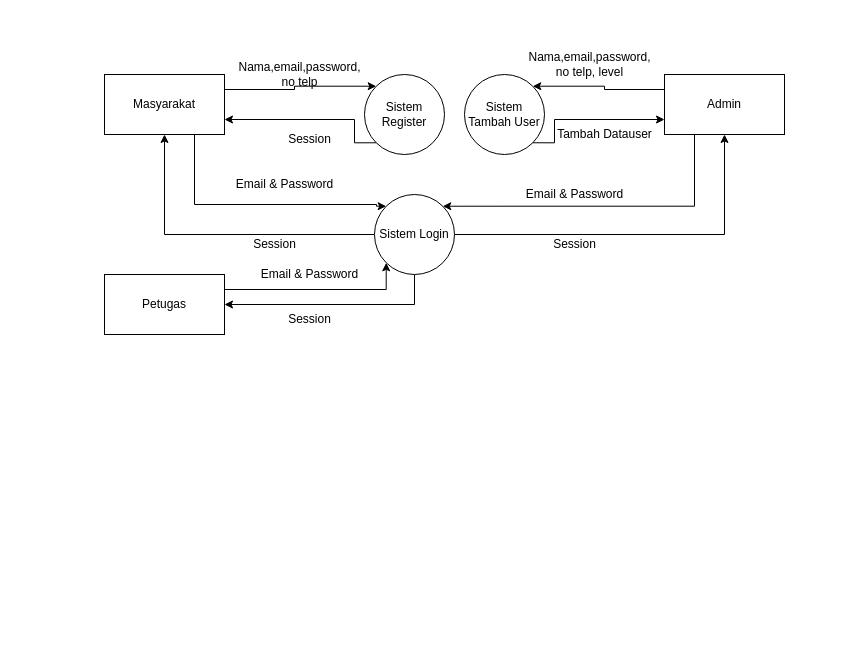
Enricko/UML keeps this draw.io diagram as page "DFD" (6 of 6) of Untitled Diagram.drawio. Above is the earlier version. Source tidied: cells renumbered, new cells numbered last; positions are measured from the earlier drawing's top-left corner, leaving out a move shared by most shapes. Both pictures are drawn from the tidied source at 100%, with x=0, y=0 at pixel (104, 44).
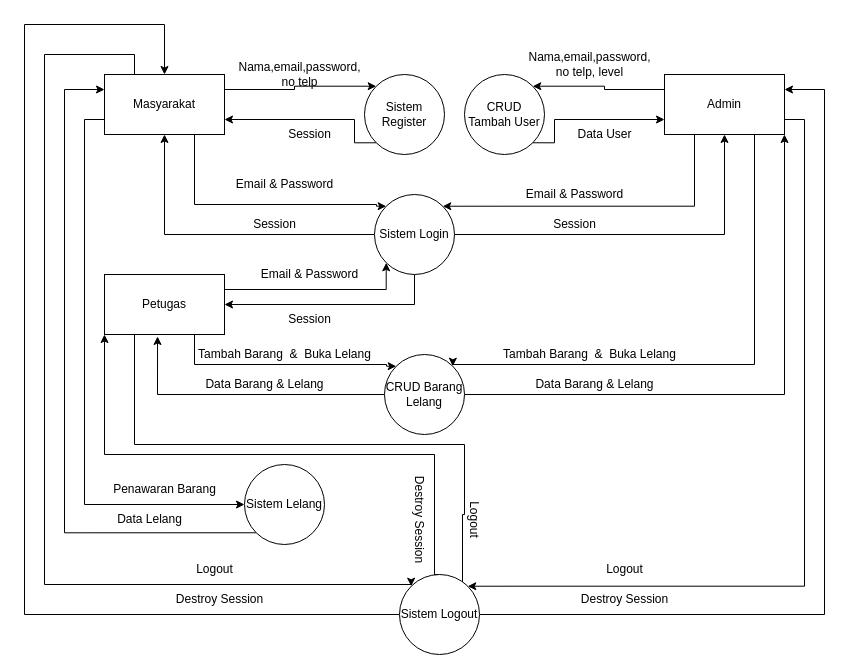
The same diagram, later.

The change refers to these unchanged cells:
```xml
<mxCell id="4" value="Masyarakat" style="rounded=0;whiteSpace=wrap;html=1;" parent="1" vertex="1">
  <mxGeometry y="30" width="120" height="60" as="geometry" />
</mxCell>
<mxCell id="16" value="Petugas" style="rounded=0;whiteSpace=wrap;html=1;" parent="1" vertex="1">
  <mxGeometry y="230" width="120" height="60" as="geometry" />
</mxCell>
<mxCell id="21" value="Admin" style="rounded=0;whiteSpace=wrap;html=1;" parent="1" vertex="1">
  <mxGeometry x="560" y="30" width="120" height="60" as="geometry" />
</mxCell>
```

What changed in the source:
```diff
@@
+    <mxCell id="28" style="edgeStyle=orthogonalEdgeStyle;rounded=0;jettySize=auto;html=1;exitX=0;exitY=0.75;exitDx=0;exitDy=0;entryX=0;entryY=0.5;entryDx=0;entryDy=0;" parent="1" edge="1" source="4" target="42">
+      <mxGeometry relative="1" as="geometry">
+        <Array as="points">
+          <mxPoint x="-20" y="75" />
+          <mxPoint x="-20" y="460" />
+        </Array>
+      </mxGeometry>
+    </mxCell>
+    <mxCell id="29" style="edgeStyle=orthogonalEdgeStyle;rounded=0;jettySize=auto;html=1;exitX=0.25;exitY=0;exitDx=0;exitDy=0;entryX=0;entryY=0;entryDx=0;entryDy=0;" parent="1" edge="1" source="4" target="48">
+      <mxGeometry relative="1" as="geometry">
+        <Array as="points">
+          <mxPoint x="30" y="10" />
+          <mxPoint x="-60" y="10" />
+          <mxPoint x="-60" y="540" />
+          <mxPoint x="307" y="540" />
+        </Array>
+      </mxGeometry>
+    </mxCell>
@@
     <mxCell id="8" value="Session" style="text;html=1;align=center;verticalAlign=middle;strokeColor=none;fillColor=none;" parent="1" vertex="1">
-      <mxGeometry x="170" y="80" width="70" height="30" as="geometry" />
+      <mxGeometry x="170" y="75" width="70" height="30" as="geometry" />
     </mxCell>
@@
     <mxCell id="14" value="Session" style="text;html=1;align=center;verticalAlign=middle;strokeColor=none;fillColor=none;" parent="1" vertex="1">
-      <mxGeometry x="135" y="185" width="70" height="30" as="geometry" />
+      <mxGeometry x="135" y="165" width="70" height="30" as="geometry" />
     </mxCell>
@@
+    <mxCell id="30" style="edgeStyle=orthogonalEdgeStyle;rounded=0;jettySize=auto;html=1;exitX=0.75;exitY=1;exitDx=0;exitDy=0;entryX=0;entryY=0;entryDx=0;entryDy=0;" parent="1" edge="1" source="16" target="36">
+      <mxGeometry relative="1" as="geometry">
+        <Array as="points">
+          <mxPoint x="90" y="320" />
+          <mxPoint x="282" y="320" />
+        </Array>
+      </mxGeometry>
+    </mxCell>
+    <mxCell id="31" style="edgeStyle=orthogonalEdgeStyle;rounded=0;jettySize=auto;html=1;exitX=0.25;exitY=1;exitDx=0;exitDy=0;entryX=1;entryY=0;entryDx=0;entryDy=0;" parent="1" edge="1" source="16" target="48">
+      <mxGeometry relative="1" as="geometry">
+        <Array as="points">
+          <mxPoint x="30" y="400" />
+          <mxPoint x="360" y="400" />
+          <mxPoint x="360" y="470" />
+          <mxPoint x="358" y="470" />
+        </Array>
+      </mxGeometry>
+    </mxCell>
@@
+    <mxCell id="32" style="edgeStyle=orthogonalEdgeStyle;rounded=0;jettySize=auto;html=1;exitX=0.75;exitY=1;exitDx=0;exitDy=0;entryX=1;entryY=0;entryDx=0;entryDy=0;" parent="1" edge="1" source="21" target="36">
+      <mxGeometry relative="1" as="geometry">
+        <Array as="points">
+          <mxPoint x="650" y="320" />
+          <mxPoint x="348" y="320" />
+        </Array>
+      </mxGeometry>
+    </mxCell>
+    <mxCell id="33" style="edgeStyle=orthogonalEdgeStyle;rounded=0;jettySize=auto;html=1;exitX=1;exitY=0.75;exitDx=0;exitDy=0;entryX=1;entryY=0;entryDx=0;entryDy=0;" parent="1" edge="1" source="21" target="48">
+      <mxGeometry relative="1" as="geometry">
+        <Array as="points">
+          <mxPoint x="700" y="75" />
+          <mxPoint x="700" y="542" />
+        </Array>
+      </mxGeometry>
+    </mxCell>
@@
-    <mxCell id="23" value="Sistem Tambah User" style="ellipse;whiteSpace=wrap;html=1;" parent="1" vertex="1">
+    <mxCell id="23" value="CRUD Tambah User" style="ellipse;whiteSpace=wrap;html=1;" parent="1" vertex="1">
       <mxGeometry x="360" y="30" width="80" height="80" as="geometry" />
     </mxCell>
@@
-    <mxCell id="25" value="Tambah Datauser" style="text;html=1;align=center;verticalAlign=middle;strokeColor=none;fillColor=none;" parent="1" vertex="1">
-      <mxGeometry x="440" y="75" width="120" height="30" as="geometry" />
+    <mxCell id="25" value="Data User" style="text;html=1;align=center;verticalAlign=middle;strokeColor=none;fillColor=none;" parent="1" vertex="1">
+      <mxGeometry x="460" y="75" width="80" height="30" as="geometry" />
     </mxCell>
@@
     <mxCell id="27" value="Session" style="text;html=1;align=center;verticalAlign=middle;strokeColor=none;fillColor=none;" parent="1" vertex="1">
-      <mxGeometry x="435" y="185" width="70" height="30" as="geometry" />
+      <mxGeometry x="435" y="165" width="70" height="30" as="geometry" />
     </mxCell>
+    <mxCell id="34" style="edgeStyle=orthogonalEdgeStyle;rounded=0;jettySize=auto;html=1;exitX=0;exitY=0.5;exitDx=0;exitDy=0;entryX=0.442;entryY=1.033;entryDx=0;entryDy=0;entryPerimeter=0;" parent="1" edge="1" source="36" target="16">
+      <mxGeometry relative="1" as="geometry" />
+    </mxCell>
+    <mxCell id="35" style="edgeStyle=orthogonalEdgeStyle;rounded=0;jettySize=auto;html=1;exitX=1;exitY=0.5;exitDx=0;exitDy=0;entryX=1;entryY=1;entryDx=0;entryDy=0;" parent="1" edge="1" source="36" target="21">
+      <mxGeometry relative="1" as="geometry" />
+    </mxCell>
+    <mxCell id="36" value="CRUD Barang Lelang" style="ellipse;whiteSpace=wrap;html=1;" parent="1" vertex="1">
+      <mxGeometry x="280" y="310" width="80" height="80" as="geometry" />
+    </mxCell>
+    <mxCell id="37" value="Tambah Barang&amp;nbsp; &amp;amp;&amp;nbsp; Buka Lelang" style="text;html=1;align=center;verticalAlign=middle;strokeColor=none;fillColor=none;" parent="1" vertex="1">
+      <mxGeometry x="80" y="295" width="200" height="30" as="geometry" />
+    </mxCell>
+    <mxCell id="38" value="Data Barang &amp;amp; Lelang" style="text;html=1;align=center;verticalAlign=middle;strokeColor=none;fillColor=none;" parent="1" vertex="1">
+      <mxGeometry x="90" y="325" width="140" height="30" as="geometry" />
+    </mxCell>
+    <mxCell id="39" value="Tambah Barang&amp;nbsp; &amp;amp;&amp;nbsp; Buka Lelang" style="text;html=1;align=center;verticalAlign=middle;strokeColor=none;fillColor=none;" parent="1" vertex="1">
+      <mxGeometry x="385" y="295" width="200" height="30" as="geometry" />
+    </mxCell>
+    <mxCell id="40" value="Data Barang &amp;amp; Lelang" style="text;html=1;align=center;verticalAlign=middle;strokeColor=none;fillColor=none;" parent="1" vertex="1">
+      <mxGeometry x="420" y="325" width="140" height="30" as="geometry" />
+    </mxCell>
+    <mxCell id="41" style="edgeStyle=orthogonalEdgeStyle;rounded=0;jettySize=auto;html=1;entryX=0;entryY=0.25;entryDx=0;entryDy=0;exitX=0;exitY=1;exitDx=0;exitDy=0;" parent="1" edge="1" source="42" target="4">
+      <mxGeometry relative="1" as="geometry">
+        <Array as="points">
+          <mxPoint x="-40" y="488" />
+          <mxPoint x="-40" y="45" />
+        </Array>
+      </mxGeometry>
+    </mxCell>
+    <mxCell id="42" value="Sistem Lelang" style="ellipse;whiteSpace=wrap;html=1;" parent="1" vertex="1">
+      <mxGeometry x="140" y="420" width="80" height="80" as="geometry" />
+    </mxCell>
+    <mxCell id="43" value="Penawaran Barang" style="text;html=1;align=center;verticalAlign=middle;strokeColor=none;fillColor=none;" parent="1" vertex="1">
+      <mxGeometry x="-5" y="430" width="130" height="30" as="geometry" />
+    </mxCell>
+    <mxCell id="44" value="Data Lelang" style="text;html=1;align=center;verticalAlign=middle;strokeColor=none;fillColor=none;" parent="1" vertex="1">
+      <mxGeometry y="460" width="90" height="30" as="geometry" />
+    </mxCell>
+    <mxCell id="45" style="edgeStyle=orthogonalEdgeStyle;rounded=0;jettySize=auto;html=1;exitX=0;exitY=0.5;exitDx=0;exitDy=0;entryX=0.5;entryY=0;entryDx=0;entryDy=0;" parent="1" edge="1" source="48" target="4">
+      <mxGeometry relative="1" as="geometry">
+        <Array as="points">
+          <mxPoint x="-80" y="570" />
+          <mxPoint x="-80" y="-20" />
+          <mxPoint x="60" y="-20" />
+        </Array>
+      </mxGeometry>
+    </mxCell>
+    <mxCell id="46" style="edgeStyle=orthogonalEdgeStyle;rounded=0;jettySize=auto;html=1;exitX=0.5;exitY=0;exitDx=0;exitDy=0;entryX=0;entryY=1;entryDx=0;entryDy=0;" parent="1" edge="1" source="48" target="16">
+      <mxGeometry relative="1" as="geometry">
+        <Array as="points">
+          <mxPoint x="330" y="410" />
+          <mxPoint y="410" />
+        </Array>
+      </mxGeometry>
+    </mxCell>
+    <mxCell id="47" style="edgeStyle=orthogonalEdgeStyle;rounded=0;jettySize=auto;html=1;exitX=1;exitY=0.5;exitDx=0;exitDy=0;entryX=1;entryY=0.25;entryDx=0;entryDy=0;" parent="1" edge="1" source="48" target="21">
+      <mxGeometry relative="1" as="geometry">
+        <Array as="points">
+          <mxPoint x="720" y="570" />
+          <mxPoint x="720" y="45" />
+        </Array>
+      </mxGeometry>
+    </mxCell>
+    <mxCell id="48" value="Sistem Logout" style="ellipse;whiteSpace=wrap;html=1;" parent="1" vertex="1">
+      <mxGeometry x="295" y="530" width="80" height="80" as="geometry" />
+    </mxCell>
+    <mxCell id="49" value="Logout" style="text;html=1;align=center;verticalAlign=middle;strokeColor=none;fillColor=none;" parent="1" vertex="1">
+      <mxGeometry x="80" y="510" width="60" height="30" as="geometry" />
+    </mxCell>
+    <mxCell id="50" value="Destroy Session" style="text;html=1;align=center;verticalAlign=middle;strokeColor=none;fillColor=none;" parent="1" vertex="1">
+      <mxGeometry x="60" y="540" width="110" height="30" as="geometry" />
+    </mxCell>
+    <mxCell id="51" value="Logout" style="text;html=1;align=center;verticalAlign=middle;strokeColor=none;fillColor=none;rotation=90;" parent="1" vertex="1">
+      <mxGeometry x="340" y="460" width="60" height="30" as="geometry" />
+    </mxCell>
+    <mxCell id="52" value="Destroy Session" style="text;html=1;align=center;verticalAlign=middle;strokeColor=none;fillColor=none;rotation=90;" parent="1" vertex="1">
+      <mxGeometry x="260" y="460" width="110" height="30" as="geometry" />
+    </mxCell>
+    <mxCell id="53" value="Logout" style="text;html=1;align=center;verticalAlign=middle;strokeColor=none;fillColor=none;" parent="1" vertex="1">
+      <mxGeometry x="490" y="510" width="60" height="30" as="geometry" />
+    </mxCell>
+    <mxCell id="54" value="Destroy Session" style="text;html=1;align=center;verticalAlign=middle;strokeColor=none;fillColor=none;" parent="1" vertex="1">
+      <mxGeometry x="465" y="540" width="110" height="30" as="geometry" />
+    </mxCell>
```
